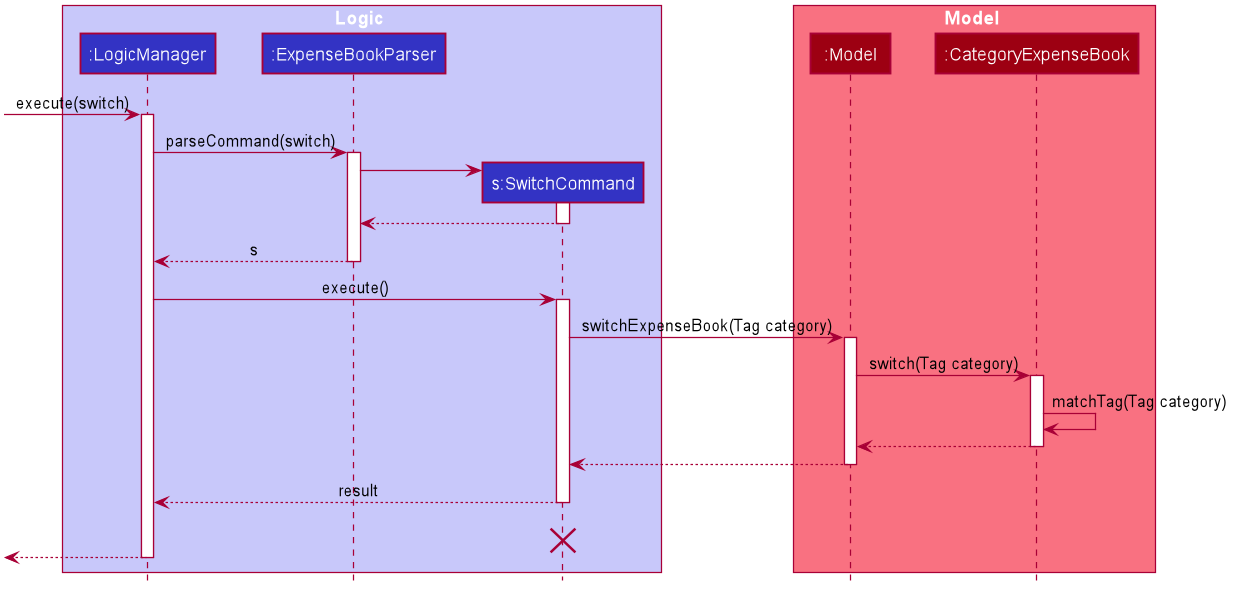
This is docs/images/SwitchSequenceDiagram.png from nus-cs2103-AY2021S1/tp, a PlantUML export, as it was before one commit.
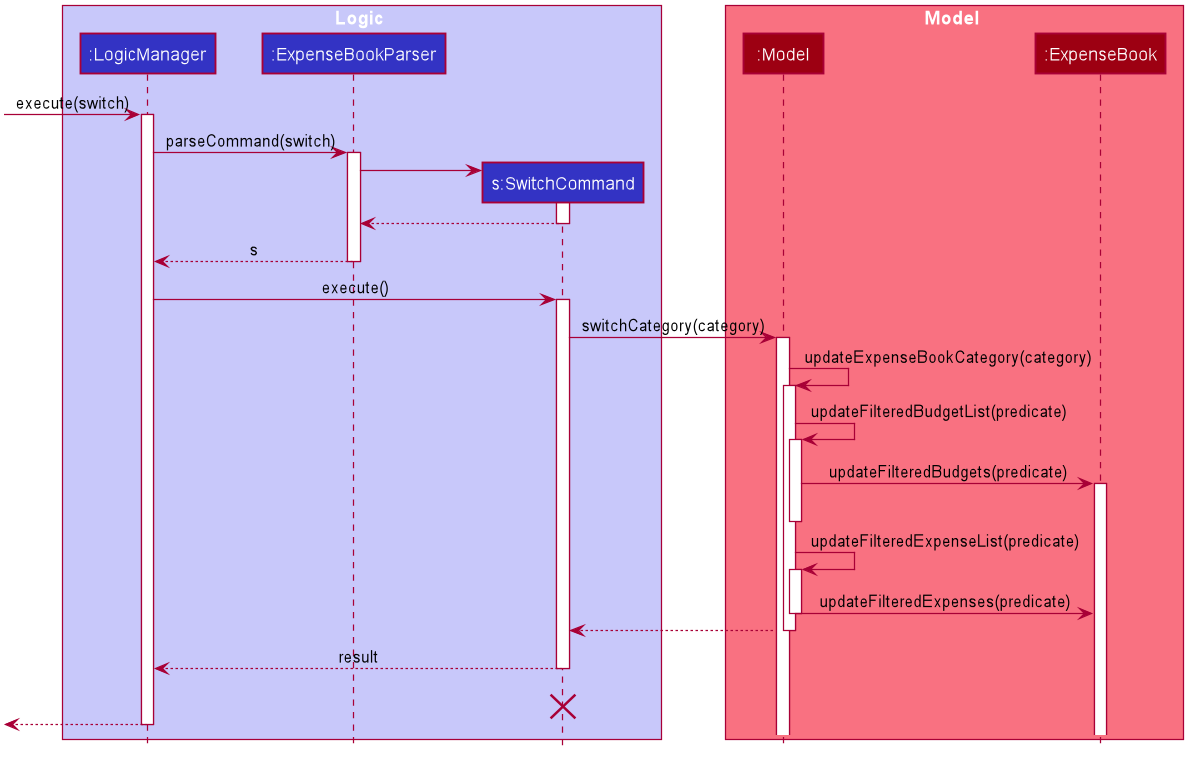
The same file after the commit.

Commit message:
Update Category Switching Implementation DG

The edit, as a diff of the source:
```diff
@@ -56,7 +56,7 @@
 
 box Model #F97181
 participant ":Model" as Model #9D0012
-participant ":CategoryExpenseBook" as CategoryExpenseBook #9D0012
+participant ":ExpenseBook" as ExpenseBook #9D0012
 end box
 [-> LogicManager : execute(switch)
 activate LogicManager
@@ -77,15 +77,24 @@
 LogicManager -> SwitchCommand : execute()
 activate SwitchCommand
 
-SwitchCommand -> Model : switchExpenseBook(Tag category)
+SwitchCommand -> Model : switchCategory(category)
 activate Model
 
-Model -> CategoryExpenseBook : switch(Tag category)
-activate CategoryExpenseBook
+Model -> Model : updateExpenseBookCategory(category)
+activate Model
 
-CategoryExpenseBook -> CategoryExpenseBook :matchTag(Tag category)
-CategoryExpenseBook --> Model :
-deactivate CategoryExpenseBook
+Model -> Model : updateFilteredBudgetList(predicate)
+activate Model
+
+Model -> ExpenseBook : updateFilteredBudgets(predicate)
+activate ExpenseBook
+deactivate Model
+
+Model -> Model : updateFilteredExpenseList(predicate)
+activate Model
+
+Model -> ExpenseBook : updateFilteredExpenses(predicate)
+deactivate Model
 
 Model --> SwitchCommand
 deactivate Model
```
